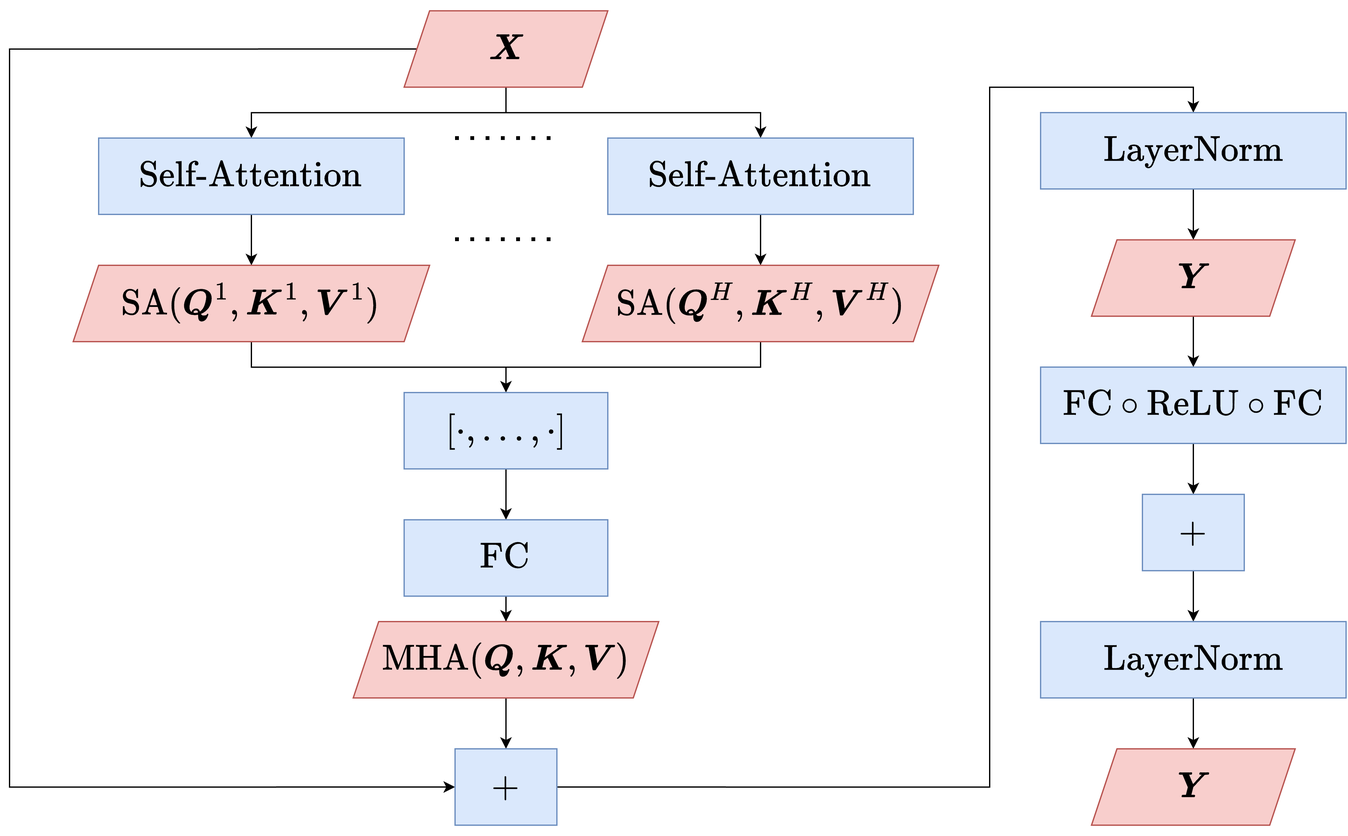
Above: figure/sec3/transformer.drawio.png in kyushusouth/master_thesis (draw.io), before the change. Source tidied: cells renumbered, new cells last; positions are measured from the earlier drawing's top-left corner, leaving out a move shared by most shapes.
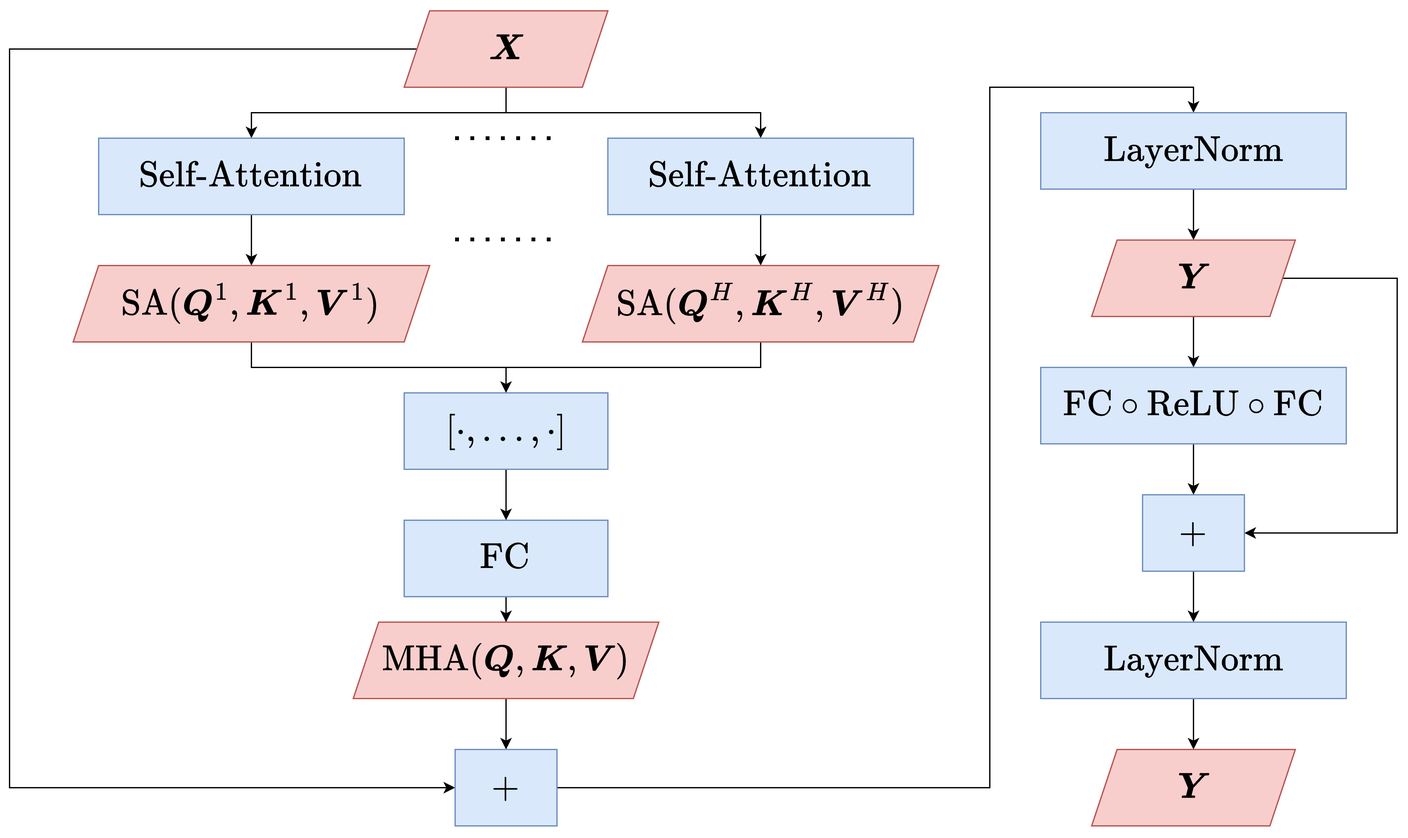
Later version of the same file.

Change to the diagram source:
```diff
@@ -85,38 +85,46 @@
     <mxCell id="23" value="$$+$$" style="rounded=0;whiteSpace=wrap;html=1;fontSize=24;fillColor=#dae8fc;strokeColor=#6c8ebf;direction=east;" parent="1" vertex="1">
       <mxGeometry x="350" y="580" width="80" height="60" as="geometry" />
     </mxCell>
-    <mxCell id="24" style="edgeStyle=orthogonalEdgeStyle;rounded=0;jettySize=auto;html=1;" parent="1" edge="1" source="25" target="27">
+    <mxCell id="24" style="edgeStyle=orthogonalEdgeStyle;rounded=0;jettySize=auto;html=1;" parent="1" edge="1" source="25" target="28">
       <mxGeometry relative="1" as="geometry" />
     </mxCell>
     <mxCell id="25" value="$$\text{LayerNorm}$$" style="rounded=0;whiteSpace=wrap;html=1;fontSize=24;fillColor=#dae8fc;strokeColor=#6c8ebf;direction=east;" parent="1" vertex="1">
       <mxGeometry x="810" y="80" width="240" height="60" as="geometry" />
     </mxCell>
-    <mxCell id="26" style="edgeStyle=orthogonalEdgeStyle;rounded=0;jettySize=auto;html=1;" parent="1" edge="1" source="27" target="29">
+    <mxCell id="26" style="edgeStyle=orthogonalEdgeStyle;rounded=0;jettySize=auto;html=1;" parent="1" edge="1" source="28" target="30">
       <mxGeometry relative="1" as="geometry" />
     </mxCell>
-    <mxCell id="27" value="$$\boldsymbol{Y}$$" style="shape=parallelogram;perimeter=parallelogramPerimeter;whiteSpace=wrap;html=1;fixedSize=1;fontSize=24;fillColor=#f8cecc;strokeColor=#b85450;direction=east;" parent="1" vertex="1">
-      <mxGeometry x="850" y="180" width="160" height="60" as="geometry" />
+    <mxCell id="27" style="edgeStyle=orthogonalEdgeStyle;rounded=0;jettySize=auto;html=1;exitX=1;exitY=0.5;exitDx=0;exitDy=0;entryX=1;entryY=0.5;entryDx=0;entryDy=0;" parent="1" edge="1" source="28" target="32">
+      <mxGeometry relative="1" as="geometry">
+        <Array as="points">
+          <mxPoint x="1090" y="210" />
+          <mxPoint x="1090" y="410" />
+        </Array>
+      </mxGeometry>
     </mxCell>
-    <mxCell id="28" style="edgeStyle=orthogonalEdgeStyle;rounded=0;jettySize=auto;html=1;" parent="1" edge="1" source="29" target="31">
-      <mxGeometry relative="1" as="geometry" />
+    <mxCell id="28" value="$$\boldsymbol{Y}$$" style="shape=parallelogram;perimeter=parallelogramPerimeter;whiteSpace=wrap;html=1;fixedSize=1;fontSize=24;fillColor=#f8cecc;strokeColor=#b85450;direction=east;" parent="1" vertex="1">
+      <mxGeometry x="850" y="180" width="160" height="60" as="geometry" />
     </mxCell>
-    <mxCell id="29" value="$$\text{FC} \circ \text{ReLU} \circ \text{FC} $$" style="rounded=0;whiteSpace=wrap;html=1;fontSize=24;fillColor=#dae8fc;strokeColor=#6c8ebf;direction=east;" parent="1" vertex="1">
-      <mxGeometry x="810" y="280" width="240" height="60" as="geometry" />
+    <mxCell id="29" style="edgeStyle=orthogonalEdgeStyle;rounded=0;jettySize=auto;html=1;" parent="1" edge="1" source="30" target="32">
+      <mxGeometry relative="1" as="geometry" />
     </mxCell>
-    <mxCell id="30" style="edgeStyle=orthogonalEdgeStyle;rounded=0;jettySize=auto;html=1;" parent="1" edge="1" source="31" target="33">
-      <mxGeometry relative="1" as="geometry" />
+    <mxCell id="30" value="$$\text{FC} \circ \text{ReLU} \circ \text{FC} $$" style="rounded=0;whiteSpace=wrap;html=1;fontSize=24;fillColor=#dae8fc;strokeColor=#6c8ebf;direction=east;" parent="1" vertex="1">
+      <mxGeometry x="810" y="280" width="240" height="60" as="geometry" />
     </mxCell>
-    <mxCell id="31" value="$$+$$" style="rounded=0;whiteSpace=wrap;html=1;fontSize=24;fillColor=#dae8fc;strokeColor=#6c8ebf;direction=east;" parent="1" vertex="1">
-      <mxGeometry x="890" y="380" width="80" height="60" as="geometry" />
+    <mxCell id="31" style="edgeStyle=orthogonalEdgeStyle;rounded=0;jettySize=auto;html=1;" parent="1" edge="1" source="32" target="34">
+      <mxGeometry relative="1" as="geometry" />
     </mxCell>
-    <mxCell id="32" style="edgeStyle=orthogonalEdgeStyle;rounded=0;jettySize=auto;html=1;" parent="1" edge="1" source="33" target="34">
-      <mxGeometry relative="1" as="geometry" />
+    <mxCell id="32" value="$$+$$" style="rounded=0;whiteSpace=wrap;html=1;fontSize=24;fillColor=#dae8fc;strokeColor=#6c8ebf;direction=east;" parent="1" vertex="1">
+      <mxGeometry x="890" y="380" width="80" height="60" as="geometry" />
     </mxCell>
-    <mxCell id="33" value="$$\text{LayerNorm}$$" style="rounded=0;whiteSpace=wrap;html=1;fontSize=24;fillColor=#dae8fc;strokeColor=#6c8ebf;direction=east;" parent="1" vertex="1">
-      <mxGeometry x="810" y="480" width="240" height="60" as="geometry" />
+    <mxCell id="33" style="edgeStyle=orthogonalEdgeStyle;rounded=0;jettySize=auto;html=1;" parent="1" edge="1" source="34" target="35">
+      <mxGeometry relative="1" as="geometry" />
     </mxCell>
-    <mxCell id="34" value="$$\boldsymbol{Y}$$" style="shape=parallelogram;perimeter=parallelogramPerimeter;whiteSpace=wrap;html=1;fixedSize=1;fontSize=24;fillColor=#f8cecc;strokeColor=#b85450;direction=east;" parent="1" vertex="1">
-      <mxGeometry x="850" y="580" width="160" height="60" as="geometry" />
+    <mxCell id="34" value="$$\text{LayerNorm}$$" style="rounded=0;whiteSpace=wrap;html=1;fontSize=24;fillColor=#dae8fc;strokeColor=#6c8ebf;direction=east;" parent="1" vertex="1">
+      <mxGeometry x="810" y="480" width="240" height="60" as="geometry" />
     </mxCell>
+    <mxCell id="35" value="$$\boldsymbol{Y}$$" style="shape=parallelogram;perimeter=parallelogramPerimeter;whiteSpace=wrap;html=1;fixedSize=1;fontSize=24;fillColor=#f8cecc;strokeColor=#b85450;direction=east;" parent="1" vertex="1">
+      <mxGeometry x="850" y="580" width="160" height="60" as="geometry" />
+    </mxCell>
   </root>
 </mxGraphModel>
```
